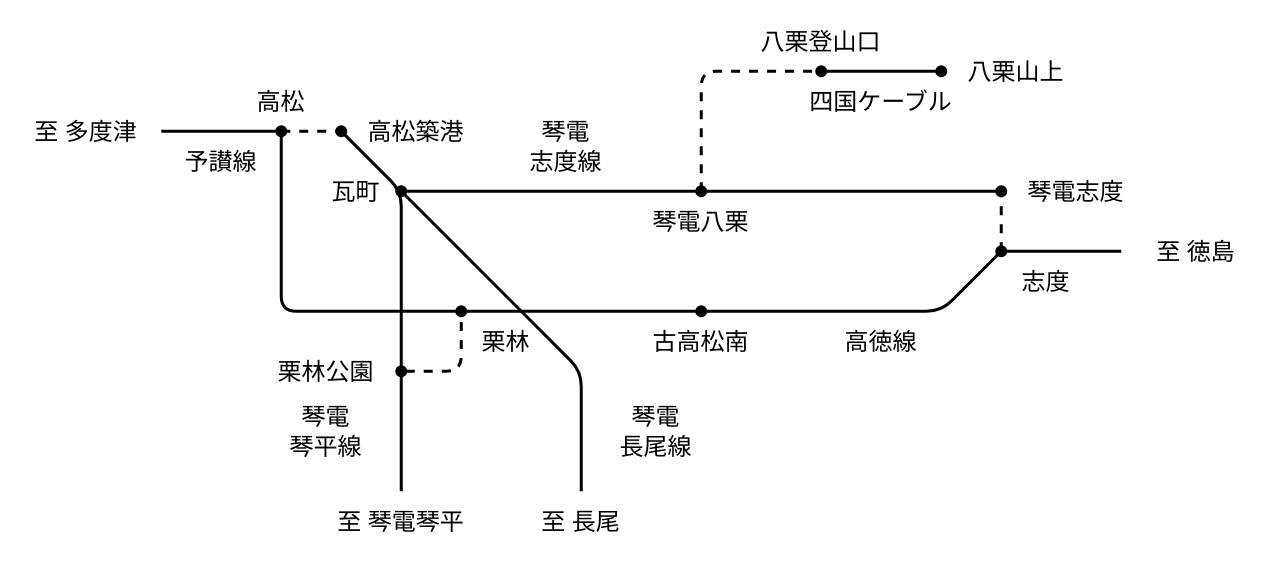
nnm-t/techniques-to-escape-from-dead-end-lines keeps this draw.io diagram as page "琴電八栗-八栗登山口" (5 of 6) of routes.drawio. Above is the earlier version. Source tidied: cells renumbered, new cells numbered last; positions are measured from the earlier drawing's top-left corner, leaving out a move shared by most shapes. Both pictures are drawn from the tidied source at 150%, with x=0, y=0 at pixel (26, 26).
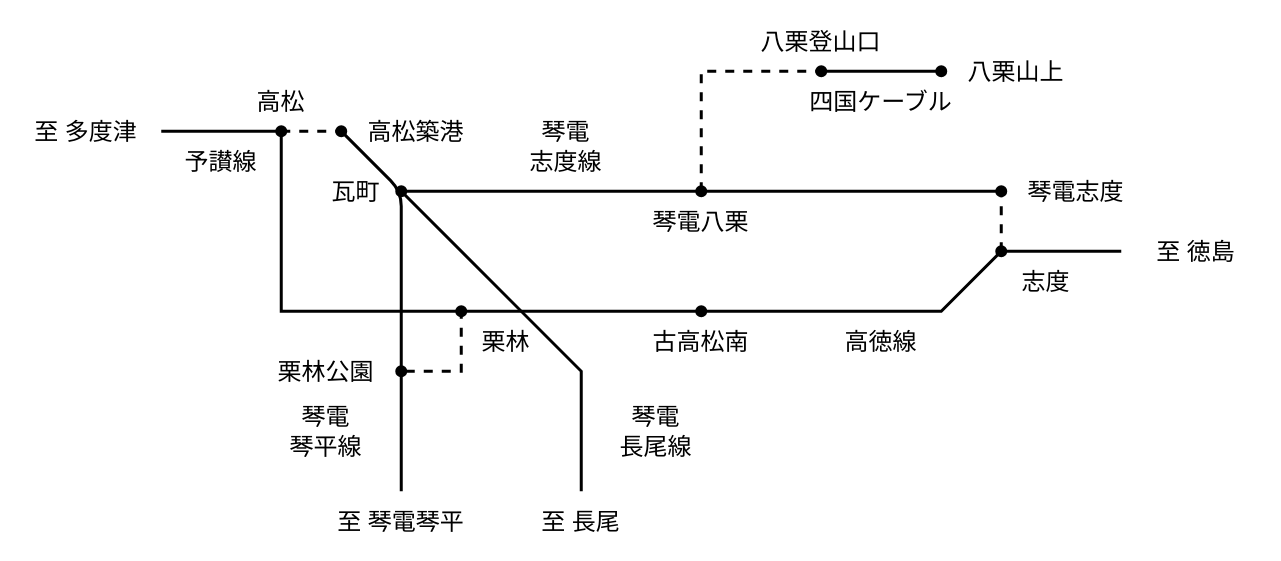
The same diagram, later.

Diff of the diagram source:
```diff
@@
-    <mxCell id="4" style="endArrow=oval;html=1;strokeWidth=2;startArrow=oval;startFill=1;endFill=1;" parent="1" edge="1">
+    <mxCell id="4" style="endArrow=oval;html=1;strokeWidth=2;startArrow=oval;startFill=1;endFill=1;rounded=0;" parent="1" edge="1">
       <mxGeometry relative="1" as="geometry">
         <mxPoint x="170" y="70" as="sourcePoint" />
         <mxPoint x="450" y="190" as="targetPoint" />
         <Array as="points">
           <mxPoint x="170" y="110" />
           <mxPoint x="170" y="190" />
           <mxPoint x="410" y="190" />
           <mxPoint x="370" y="190" />
         </Array>
       </mxGeometry>
     </mxCell>
@@
-    <mxCell id="7" style="endArrow=none;html=1;strokeWidth=2;dashed=1;" parent="1" edge="1">
+    <mxCell id="7" style="endArrow=none;html=1;strokeWidth=2;dashed=1;rounded=0;" parent="1" edge="1">
       <mxGeometry relative="1" as="geometry">
         <mxPoint x="450" y="110" as="sourcePoint" />
         <mxPoint x="530" y="30" as="targetPoint" />
         <Array as="points">
           <mxPoint x="450" y="30" />
         </Array>
       </mxGeometry>
     </mxCell>
@@
-    <mxCell id="9" style="endArrow=oval;html=1;strokeWidth=2;startArrow=oval;startFill=1;endFill=1;dashed=1;" parent="1" edge="1">
+    <mxCell id="9" style="endArrow=oval;html=1;strokeWidth=2;startArrow=oval;startFill=1;endFill=1;dashed=1;rounded=0;" parent="1" edge="1">
       <mxGeometry relative="1" as="geometry">
         <mxPoint x="250" y="230" as="sourcePoint" />
         <mxPoint x="290" y="190" as="targetPoint" />
         <Array as="points">
           <mxPoint x="290" y="230" />
         </Array>
       </mxGeometry>
     </mxCell>
@@
-    <mxCell id="13" style="endArrow=none;html=1;strokeWidth=2;" parent="1" edge="1">
+    <mxCell id="13" style="endArrow=none;html=1;strokeWidth=2;rounded=0;" parent="1" edge="1">
       <mxGeometry relative="1" as="geometry">
         <mxPoint x="250" y="110" as="sourcePoint" />
         <mxPoint x="370" y="310" as="targetPoint" />
         <Array as="points">
           <mxPoint x="370" y="230" />
         </Array>
       </mxGeometry>
     </mxCell>
@@
-    <mxCell id="34" style="endArrow=oval;html=1;fontSize=16;strokeWidth=2;endFill=1;" parent="1" edge="1">
+    <mxCell id="34" style="endArrow=oval;html=1;fontSize=16;strokeWidth=2;endFill=1;rounded=0;" parent="1" edge="1">
       <mxGeometry relative="1" as="geometry">
         <mxPoint x="450" y="190" as="sourcePoint" />
         <mxPoint x="650" y="150" as="targetPoint" />
         <Array as="points">
           <mxPoint x="610" y="190" />
         </Array>
       </mxGeometry>
     </mxCell>
```
